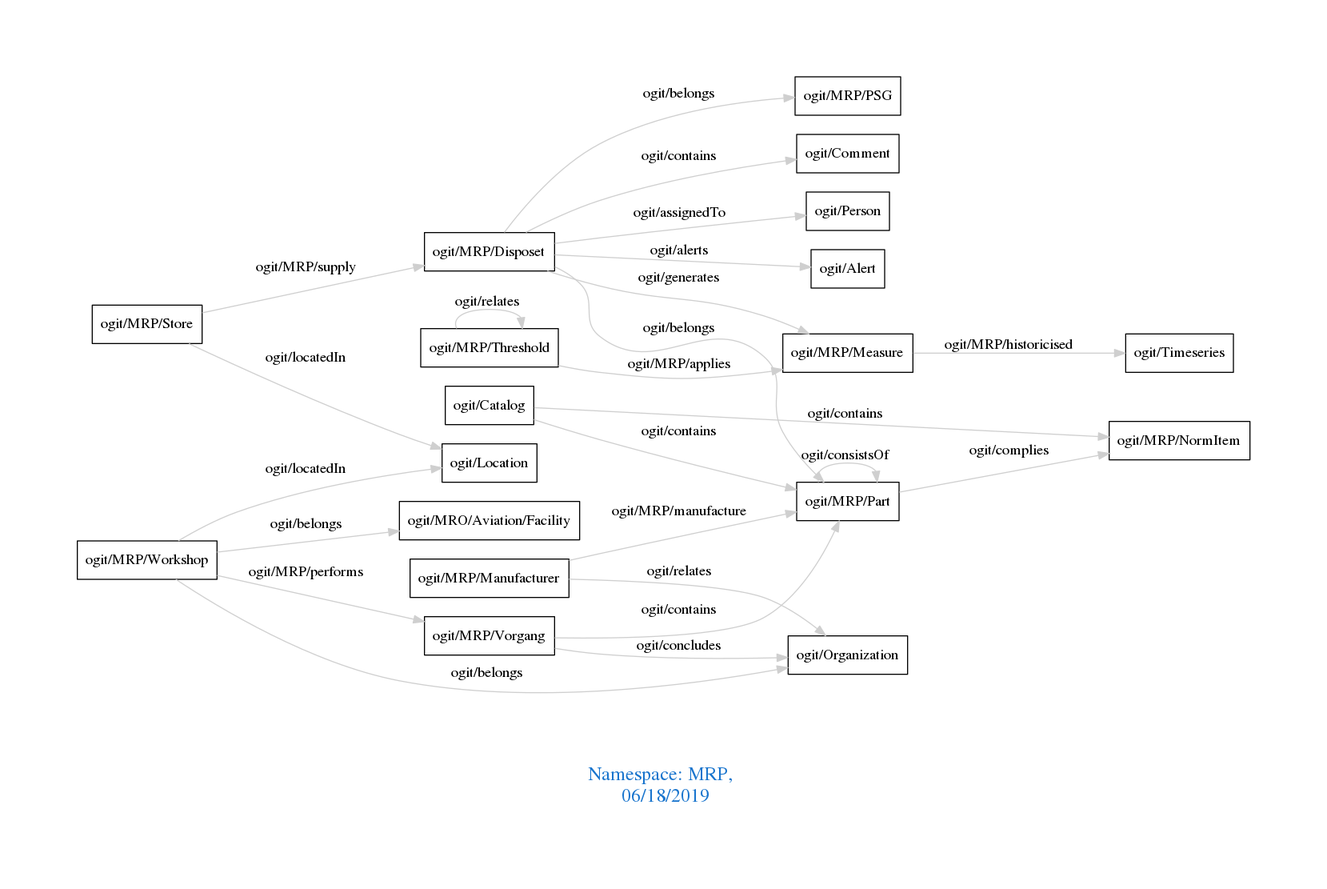
The Graphviz diagram downloads/MRP.png in arago/OGIT, before a commit. Its source is kept beside it as downloads/MRP.dot.
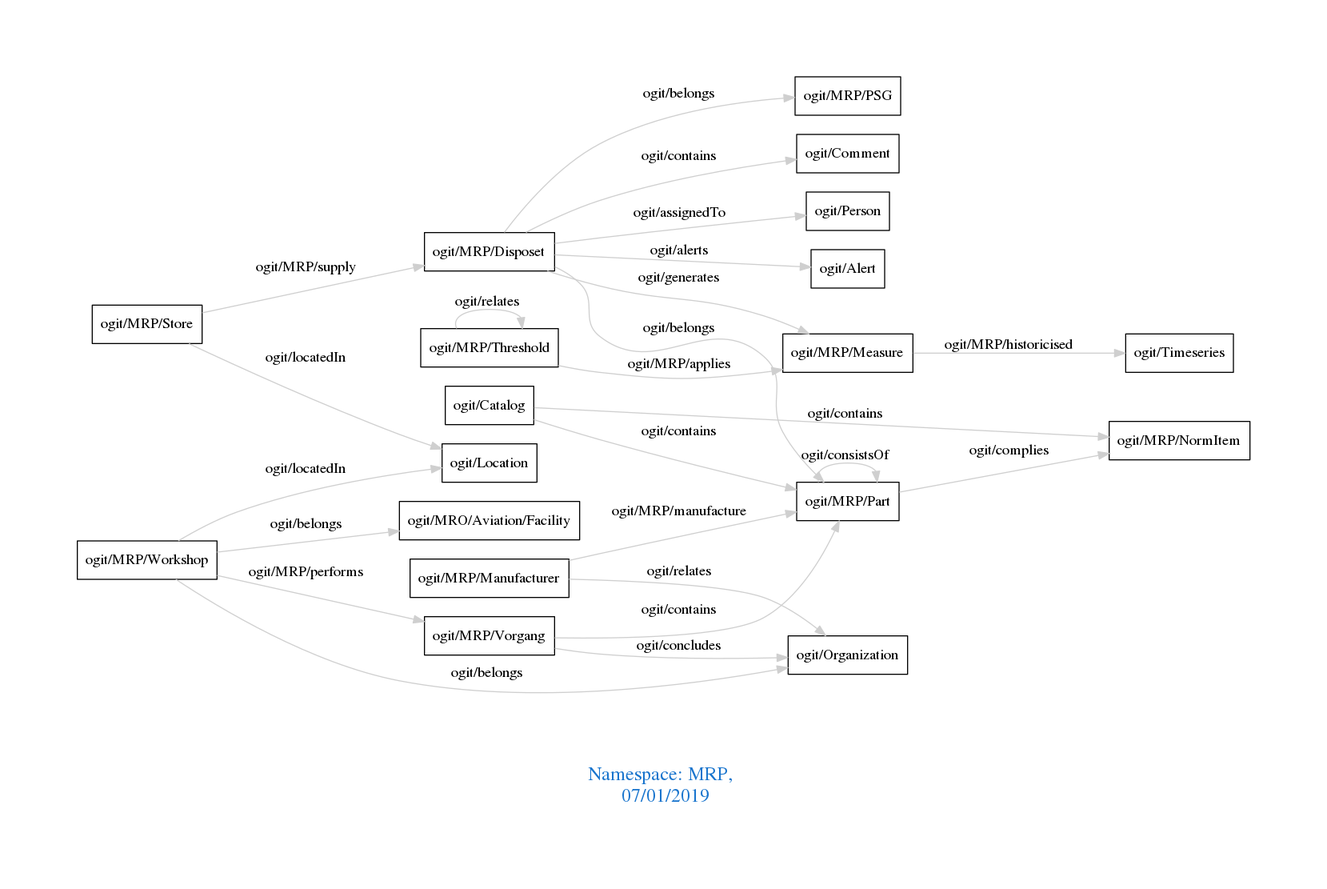
Above is the later version.

The edit, as a diff of the source:
```diff
@@ -1,7 +1,7 @@
 digraph OGIT_ontology {
  graph [ rankdir= LR,pad=1
 fontsize = 18,
-fontcolor= dodgerblue3,label = "\n\n\nNamespace: MRP, \n 06/18/2019"];
+fontcolor= dodgerblue3,label = "\n\n\nNamespace: MRP, \n 07/01/2019"];
 node[shape=polygon];
 edge [  color="gray81"];
 
```
